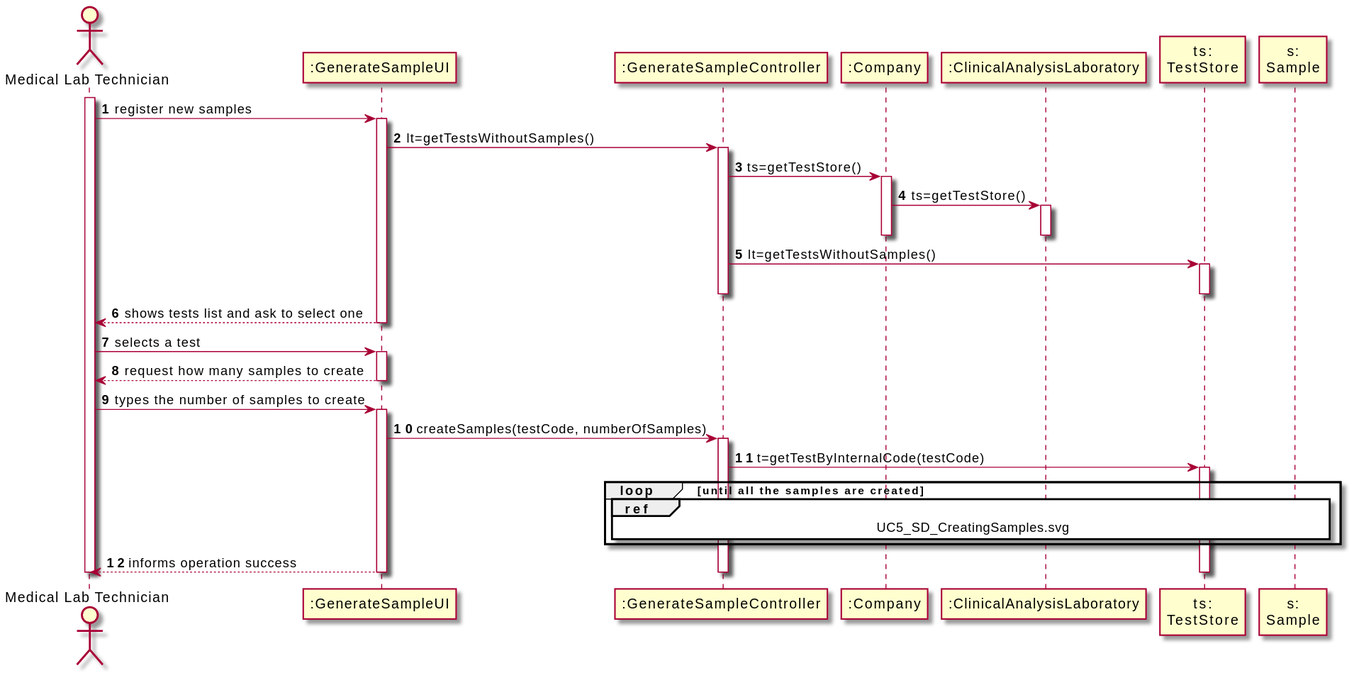
RuiRioPina/LAPR2-20-21 keeps this PlantUML diagram as docs/SprintC/US_5/UC5_SD.svg. Above is the earlier version.
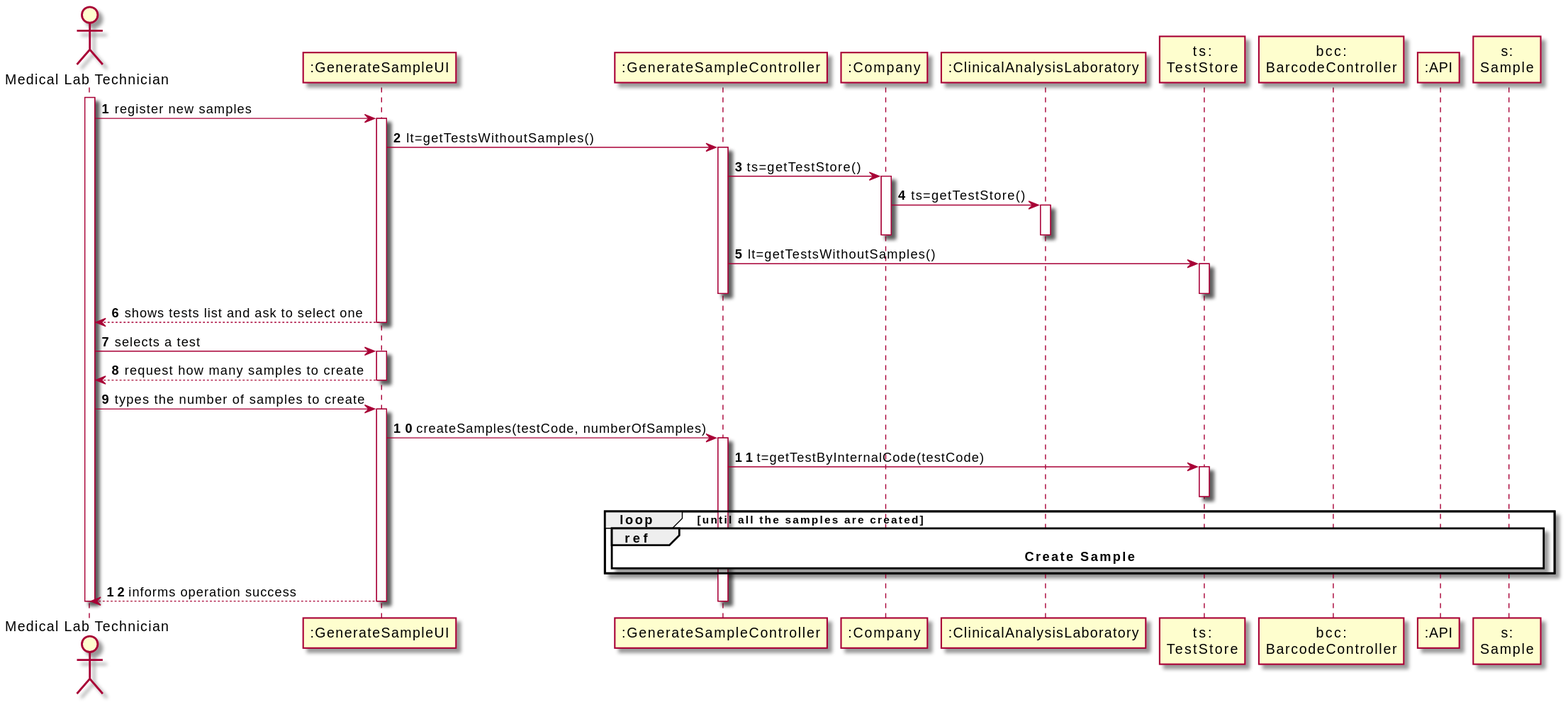
Later version of the same file.

Change to the diagram source:
```diff
@@ -7,6 +7,8 @@
 participant ":Company" as CMP
 participant ":ClinicalAnalysisLaboratory" as LAB
 participant "ts:\nTestStore" as TS
+participant "bcc:\nBarcodeController" as BCC
+participant ":API" as API
 participant "s:\nSample" as S
 
 activate MEDLT
@@ -38,11 +40,11 @@
 activate CTRL
 CTRL -> TS : t=getTestByInternalCode(testCode)
 activate TS
+deactivate TS
 loop until all the samples are created
-    ref over CTRL, TS , S: UC5_SD_CreatingSamples.svg
+    ref over CTRL, TS , S, BCC, API: <b>Create Sample</b>
 end loop
 UI --> MEDLT : informs operation success
-deactivate TS
 deactivate CTRL
 deactivate UI
 deactivate MEDLT
```
